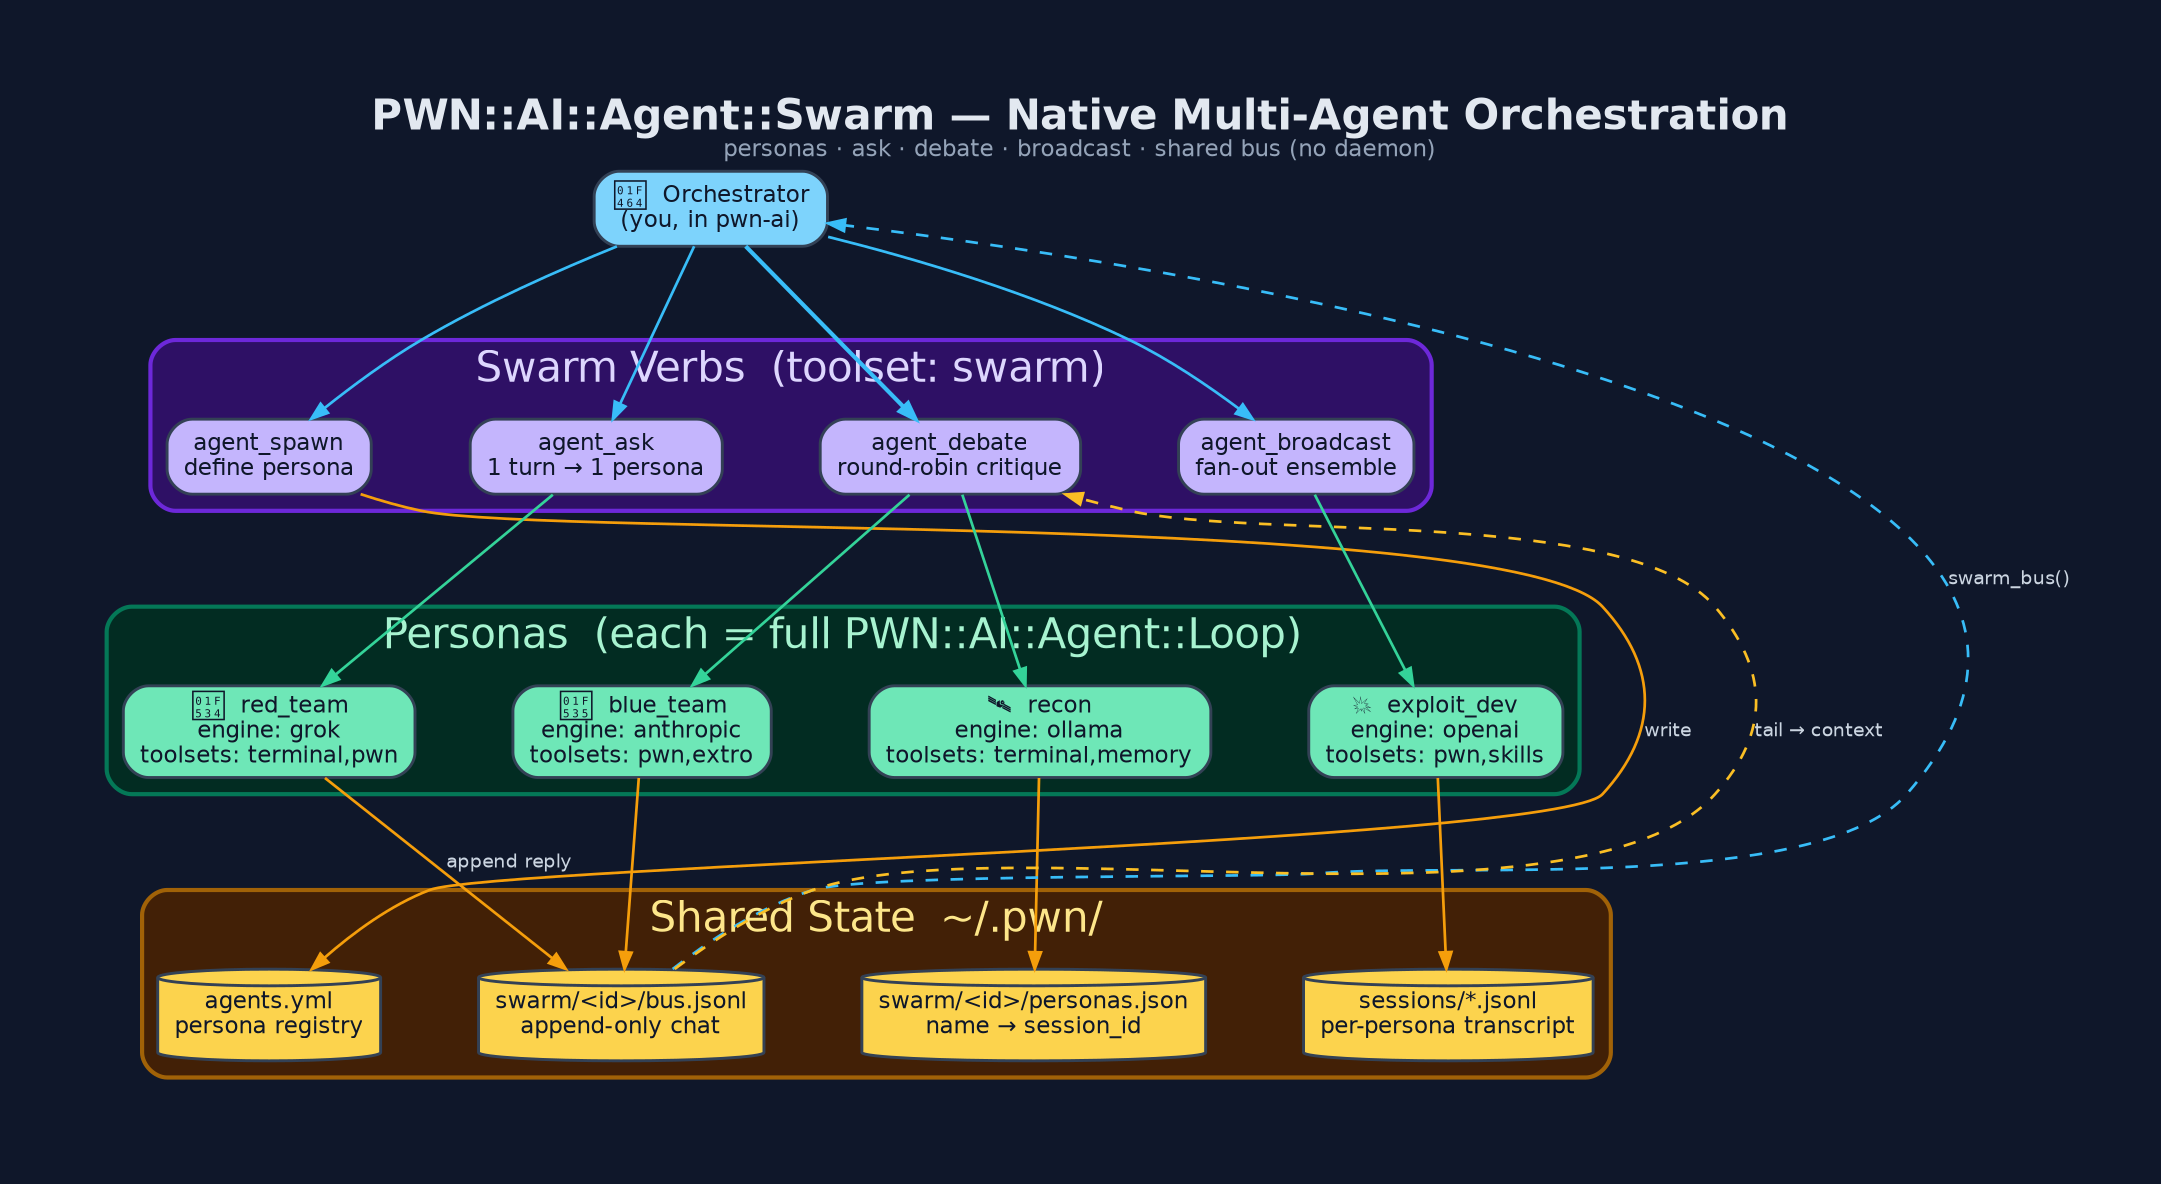
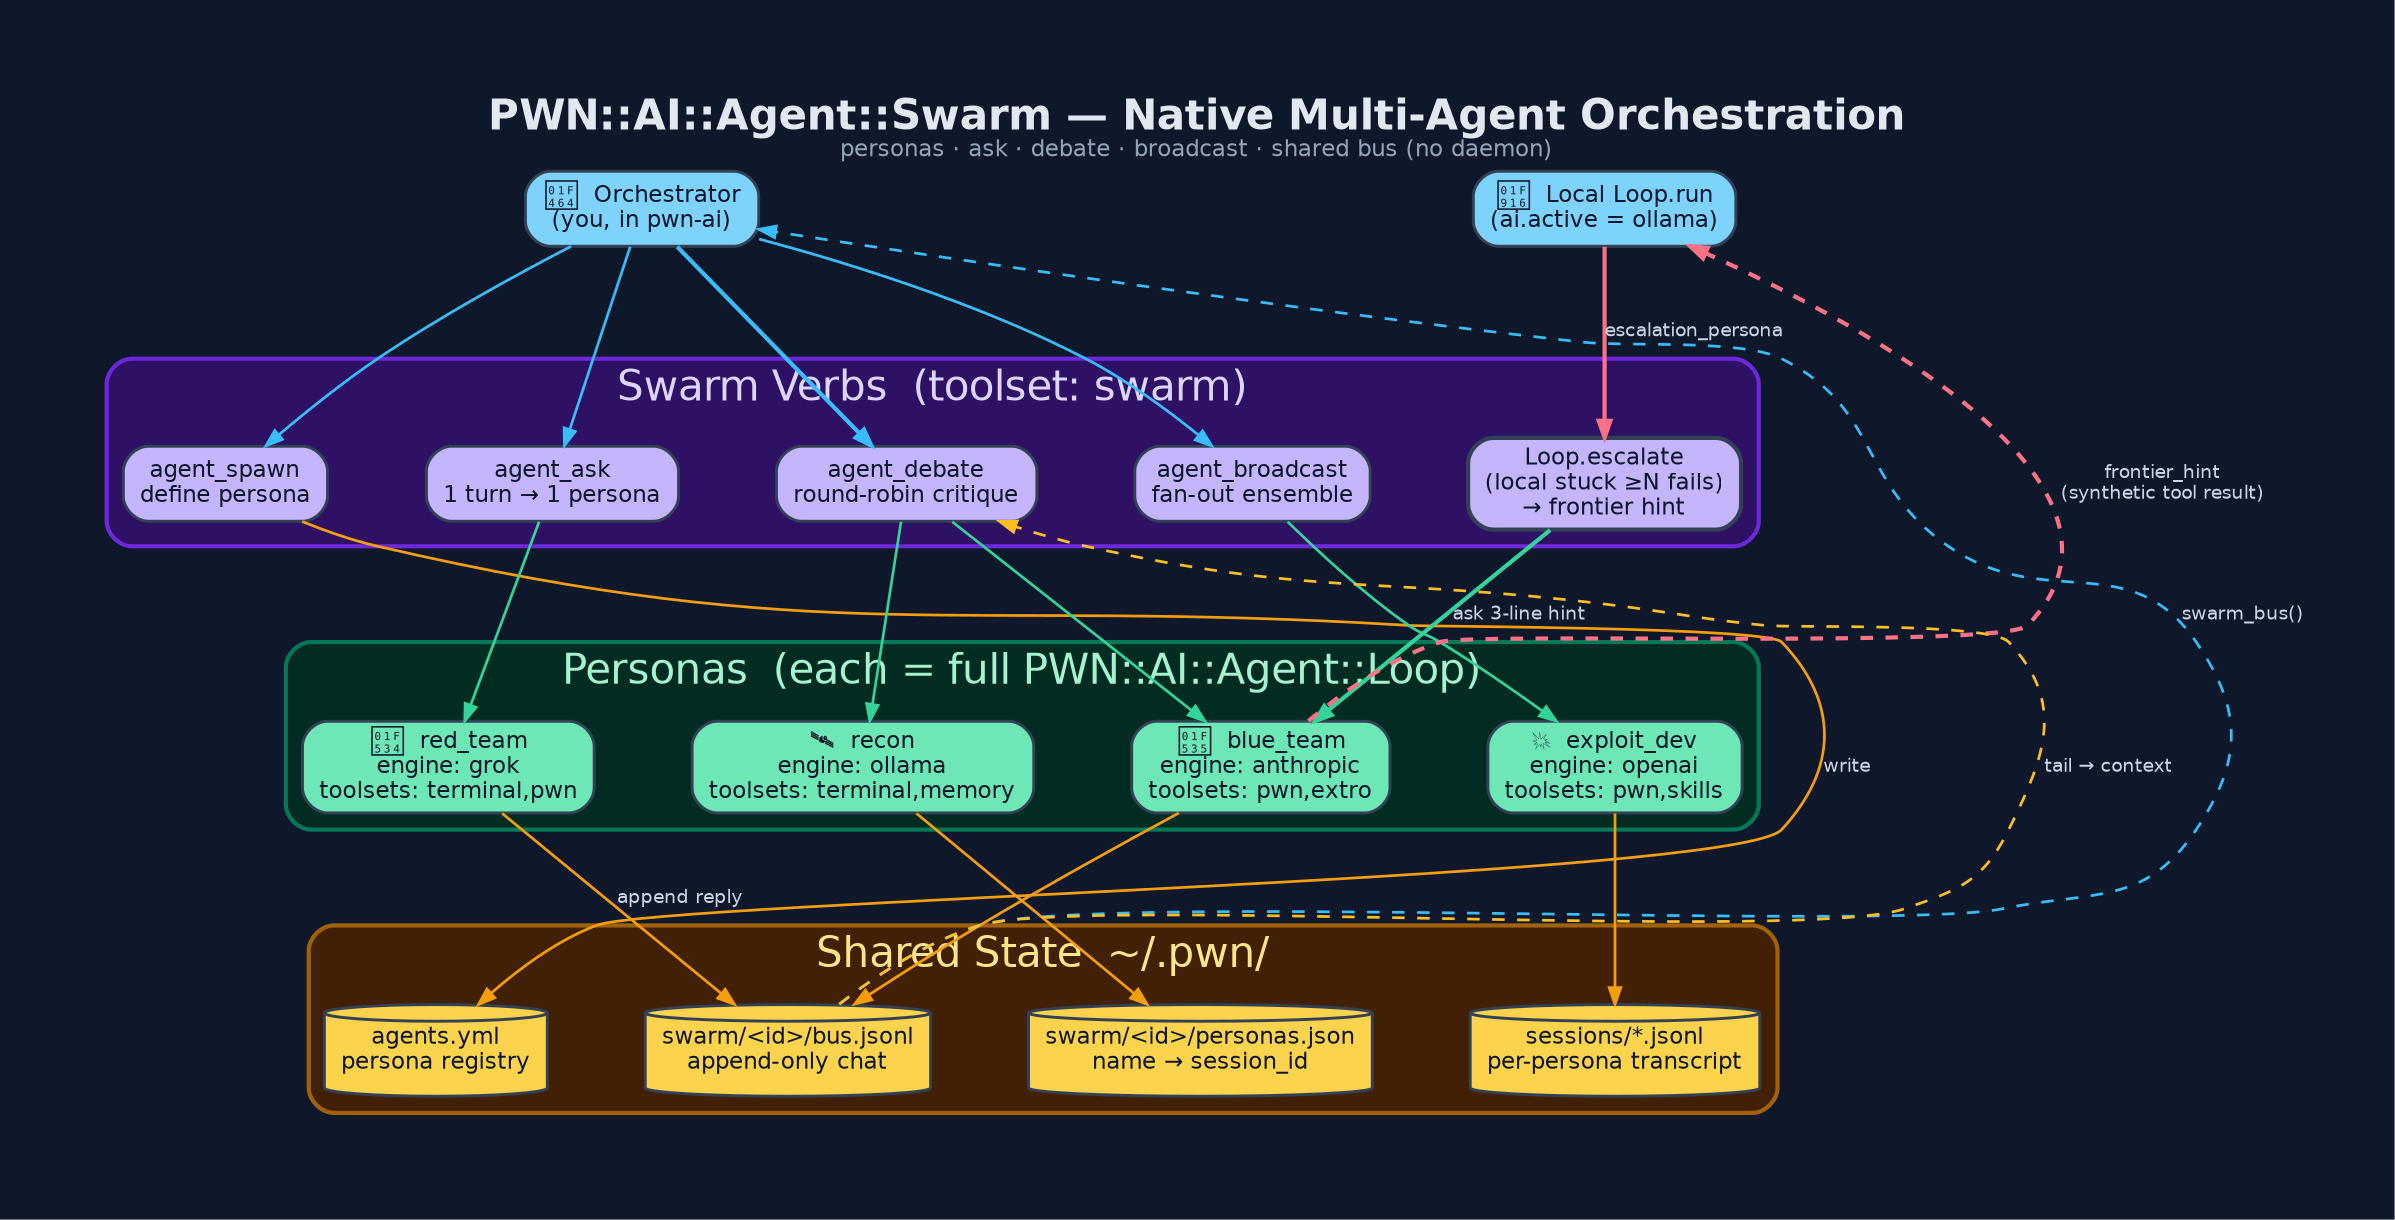
digraph "PWN_Swarm" {
  graph [
    label=<<B>PWN::AI::Agent::Swarm — Native Multi-Agent Orchestration</B><BR/><FONT POINT-SIZE="11" COLOR="#94a3b8">personas · ask · debate · broadcast · shared bus (no daemon)</FONT>>,
    labelloc=t, fontsize=20, fontname="Helvetica",
    rankdir=TB, splines=spline, nodesep=0.65, ranksep=1.0,
    bgcolor="#0f172a", fontcolor="#e2e8f0", pad=0.6, newrank=true, compound=true
  ];
  node [fontname="Helvetica", fontsize=11, style="filled,rounded",
        shape=box, penwidth=1.4, color="#334155", fontcolor="#0f172a"];
  edge [fontname="Helvetica", fontsize=9, color="#94a3b8",
        fontcolor="#cbd5e1", penwidth=1.3, arrowsize=0.8];

  /* L0 ─ orchestrator */
  Orchestrator [label="👤  Orchestrator\n(you, in pwn-ai)", fillcolor="#7dd3fc"];
+   LocalLoop    [label="🤖  Local Loop.run\n(ai.active = ollama)", fillcolor="#7dd3fc"];
+   {rank=same; Orchestrator; LocalLoop}

  /* L1 ─ swarm verbs */
  subgraph cluster_verbs {
    label="Swarm Verbs  (toolset: swarm)"; fontcolor="#ddd6fe";
    style=rounded; color="#6d28d9"; bgcolor="#2e1065"; penwidth=2;
    Spawn     [label="agent_spawn\ndefine persona",          fillcolor="#c4b5fd"];
    Ask       [label="agent_ask\n1 turn → 1 persona",         fillcolor="#c4b5fd"];
    Debate    [label="agent_debate\nround-robin critique",    fillcolor="#c4b5fd"];
    Broadcast [label="agent_broadcast\nfan-out ensemble",     fillcolor="#c4b5fd"];
+     Escalate  [label="Loop.escalate\n(local stuck ≥N fails)\n→ frontier hint", fillcolor="#c4b5fd", penwidth=2];
  }
-   {rank=same; Spawn; Ask; Debate; Broadcast}
+   {rank=same; Spawn; Ask; Debate; Broadcast; Escalate}

  /* L2 ─ personas */
  subgraph cluster_personas {
    label="Personas  (each = full PWN::AI::Agent::Loop)"; fontcolor="#a7f3d0";
    style=rounded; color="#047857"; bgcolor="#022c22"; penwidth=2;
    Red   [label="🔴  red_team\nengine: grok\ntoolsets: terminal,pwn",     fillcolor="#6ee7b7"];
    Blue  [label="🔵  blue_team\nengine: anthropic\ntoolsets: pwn,extro",  fillcolor="#6ee7b7"];
    Recon [label="🛰  recon\nengine: ollama\ntoolsets: terminal,memory",  fillcolor="#6ee7b7"];
    Xpl   [label="💥  exploit_dev\nengine: openai\ntoolsets: pwn,skills",  fillcolor="#6ee7b7"];
  }
  {rank=same; Red; Blue; Recon; Xpl}

  /* L3 ─ shared state */
  subgraph cluster_state {
    label="Shared State  ~/.pwn/"; fontcolor="#fde68a";
    style=rounded; color="#a16207"; bgcolor="#422006"; penwidth=2;
    Agents [label="agents.yml\npersona registry",         shape=cylinder, fillcolor="#fcd34d"];
    Bus    [label="swarm/<id>/bus.jsonl\nappend-only chat", shape=cylinder, fillcolor="#fcd34d"];
    Pmap   [label="swarm/<id>/personas.json\nname → session_id", shape=cylinder, fillcolor="#fcd34d"];
    Sess   [label="sessions/*.jsonl\nper-persona transcript",     shape=cylinder, fillcolor="#fcd34d"];
  }
  {rank=same; Agents; Bus; Pmap; Sess}

  /* edges */
  Orchestrator -> Spawn     [color="#38bdf8"];
  Orchestrator -> Ask       [color="#38bdf8"];
  Orchestrator -> Debate    [color="#38bdf8", penwidth=2];
  Orchestrator -> Broadcast [color="#38bdf8"];
+   LocalLoop    -> Escalate  [label="escalation_persona", color="#fb7185", penwidth=2];

  Spawn     -> Red   [style=invis];
  Ask       -> Red   [color="#34d399"];
  Debate    -> Blue  [color="#34d399"];
  Debate    -> Recon [color="#34d399"];
  Broadcast -> Xpl   [color="#34d399"];
+   Escalate  -> Blue  [label="ask 3-line hint", color="#34d399", penwidth=2];

  Red   -> Agents [style=invis];
  Red   -> Bus  [label="append reply", color="#f59e0b"];
  Blue  -> Bus  [color="#f59e0b"];
  Recon -> Pmap [color="#f59e0b"];
  Xpl   -> Sess [color="#f59e0b"];

  Spawn -> Agents [label="write", color="#f59e0b", constraint=false];
  Bus   -> Debate [label="tail → context", style=dashed, color="#fbbf24", constraint=false];
  Bus   -> Orchestrator [label="swarm_bus()", style=dashed, color="#38bdf8", constraint=false];
+   Blue  -> LocalLoop [label="frontier_hint\n(synthetic tool result)", style=dashed, color="#fb7185", constraint=false, penwidth=2];
}
